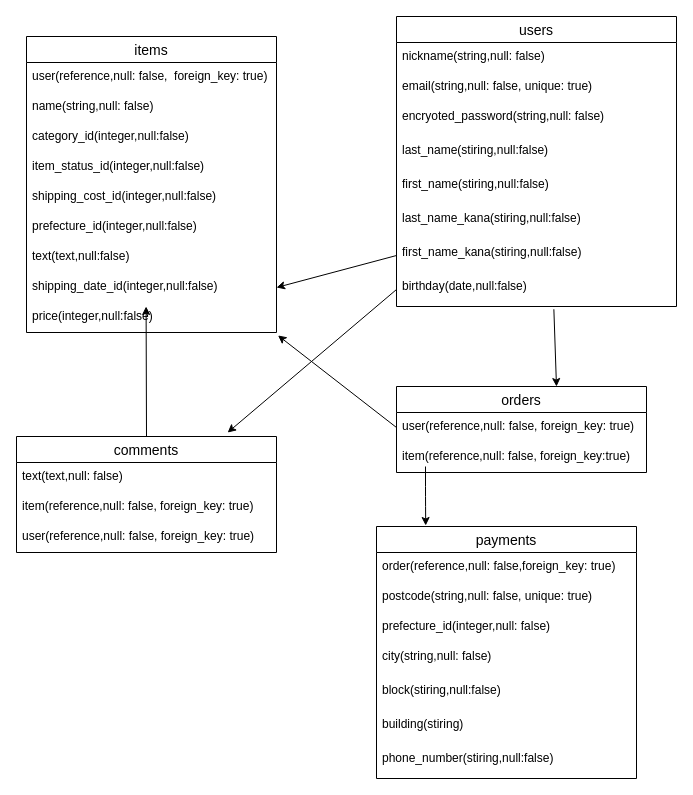
Above: er.dio in Sanaroom/furima-40585 (draw.io), before the change. Source tidied: cells renumbered, new cells numbered last; positions are measured from the earlier drawing's top-left corner, leaving out a move shared by most shapes. Both pictures are drawn from the tidied source at 100%, with x=0, y=0 at pixel (16, 16).
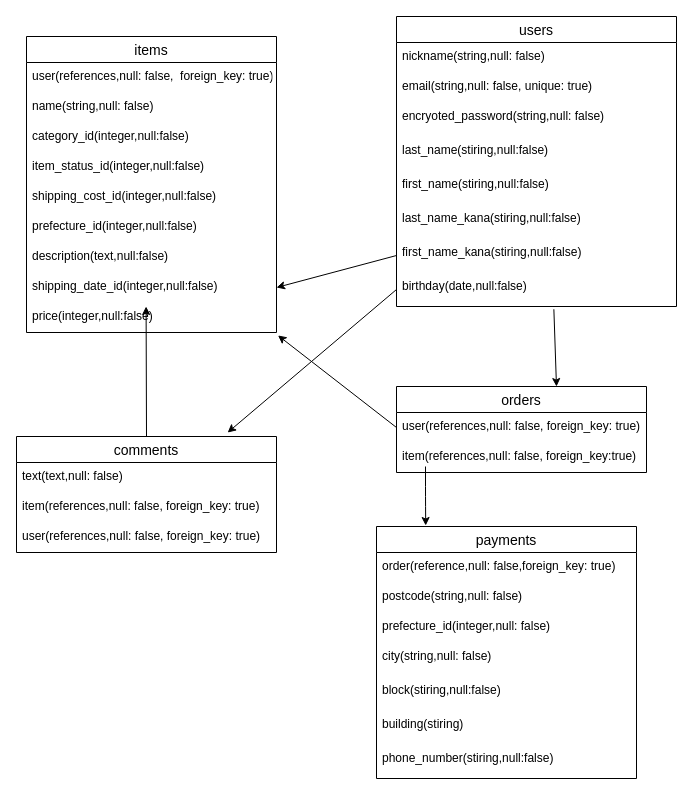
The same diagram, later.

Unchanged cells that the change refers to:
```xml
<mxCell id="11" value="items" style="swimlane;fontStyle=0;horizontal=1;startSize=26;align=center;fontSize=14;" parent="1" vertex="1">
  <mxGeometry x="10" y="20" width="250" height="296" as="geometry" />
</mxCell>
<mxCell id="21" value="orders" style="swimlane;fontStyle=0;horizontal=1;startSize=26;align=center;fontSize=14;" parent="1" vertex="1">
  <mxGeometry x="380" y="370" width="250" height="86" as="geometry" />
</mxCell>
<mxCell id="24" value="payments" style="swimlane;fontStyle=0;horizontal=1;startSize=26;align=center;fontSize=14;" parent="1" vertex="1">
  <mxGeometry x="360" y="510" width="260" height="252" as="geometry" />
</mxCell>
<mxCell id="33" value="comments" style="swimlane;fontStyle=0;horizontal=1;startSize=26;align=center;fontSize=14;" parent="1" vertex="1">
  <mxGeometry y="420" width="260" height="116" as="geometry" />
</mxCell>
```

The edit, as a diff of the source:
```diff
@@
-    <mxCell id="12" value="user(reference,null: false,  foreign_key: true)" style="text;strokeColor=none;fillColor=none;spacingLeft=4;spacingRight=4;overflow=hidden;fontSize=12;" parent="11" vertex="1">
+    <mxCell id="12" value="user(references,null: false,  foreign_key: true)" style="text;strokeColor=none;fillColor=none;spacingLeft=4;spacingRight=4;overflow=hidden;fontSize=12;" parent="11" vertex="1">
       <mxGeometry y="26" width="250" height="30" as="geometry" />
     </mxCell>
@@
-    <mxCell id="18" value="text(text,null:false)" style="text;strokeColor=none;fillColor=none;spacingLeft=4;spacingRight=4;overflow=hidden;fontSize=12;" parent="11" vertex="1">
+    <mxCell id="18" value="description(text,null:false)" style="text;strokeColor=none;fillColor=none;spacingLeft=4;spacingRight=4;overflow=hidden;fontSize=12;" parent="11" vertex="1">
       <mxGeometry y="206" width="250" height="30" as="geometry" />
     </mxCell>
@@
-    <mxCell id="22" value="user(reference,null: false, foreign_key: true)" style="text;strokeColor=none;fillColor=none;spacingLeft=4;spacingRight=4;overflow=hidden;points=[[0,0.5],[1,0.5]];portConstraint=eastwest;fontSize=12;" parent="21" vertex="1">
+    <mxCell id="22" value="user(references,null: false, foreign_key: true)" style="text;strokeColor=none;fillColor=none;spacingLeft=4;spacingRight=4;overflow=hidden;points=[[0,0.5],[1,0.5]];portConstraint=eastwest;fontSize=12;" parent="21" vertex="1">
       <mxGeometry y="26" width="250" height="30" as="geometry" />
     </mxCell>
-    <mxCell id="23" value="item(reference,null: false, foreign_key:true)" style="text;strokeColor=none;fillColor=none;spacingLeft=4;spacingRight=4;overflow=hidden;fontSize=12;" parent="21" vertex="1">
+    <mxCell id="23" value="item(references,null: false, foreign_key:true)" style="text;strokeColor=none;fillColor=none;spacingLeft=4;spacingRight=4;overflow=hidden;fontSize=12;" parent="21" vertex="1">
       <mxGeometry y="56" width="250" height="30" as="geometry" />
     </mxCell>
@@
-    <mxCell id="26" value="postcode(string,null: false, unique: true)" style="text;strokeColor=none;fillColor=none;spacingLeft=4;spacingRight=4;overflow=hidden;fontSize=12;" parent="24" vertex="1">
+    <mxCell id="26" value="postcode(string,null: false)" style="text;strokeColor=none;fillColor=none;spacingLeft=4;spacingRight=4;overflow=hidden;fontSize=12;" parent="24" vertex="1">
       <mxGeometry y="56" width="260" height="30" as="geometry" />
     </mxCell>
@@
-    <mxCell id="35" value="item(reference,null: false, foreign_key: true)" style="text;strokeColor=none;fillColor=none;spacingLeft=4;spacingRight=4;overflow=hidden;fontSize=12;" parent="33" vertex="1">
+    <mxCell id="35" value="item(references,null: false, foreign_key: true)" style="text;strokeColor=none;fillColor=none;spacingLeft=4;spacingRight=4;overflow=hidden;fontSize=12;" parent="33" vertex="1">
       <mxGeometry y="56" width="260" height="30" as="geometry" />
     </mxCell>
-    <mxCell id="36" value="user(reference,null: false, foreign_key: true)" style="text;strokeColor=none;fillColor=none;spacingLeft=4;spacingRight=4;overflow=hidden;fontSize=12;" parent="33" vertex="1">
+    <mxCell id="36" value="user(references,null: false, foreign_key: true)" style="text;strokeColor=none;fillColor=none;spacingLeft=4;spacingRight=4;overflow=hidden;fontSize=12;" parent="33" vertex="1">
       <mxGeometry y="86" width="260" height="30" as="geometry" />
     </mxCell>
```
